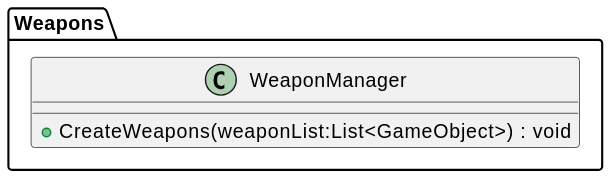
asterisk-cn/RougueShooter keeps this PlantUML diagram as plantuml/out/Weapon/WeaponManager.svg. Above is the earlier version.
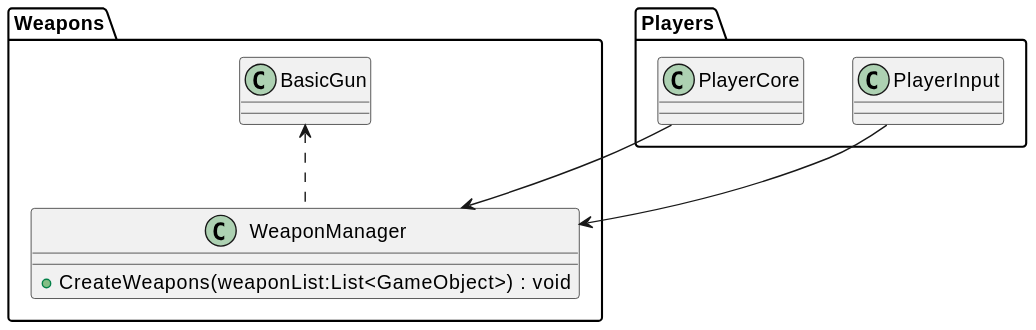
After the change.

Change to the diagram source:
```diff
@@ -4,4 +4,7 @@
     + CreateWeapons(weaponList:List<GameObject>) : void
 }
 }
+Players.PlayerCore --> WeaponManager
+Players.PlayerInput --> WeaponManager
+Weapons.BasicGun <.. WeaponManager
 @enduml
```
